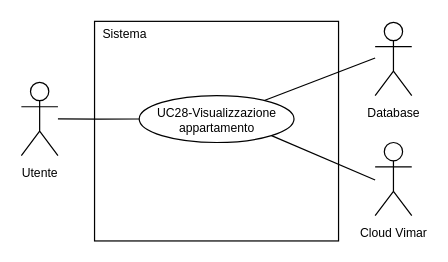
Before: 2-RTB/Documenti_esterni/Analisi_dei_requisiti/draw.io/UC28.drawio in SnakeByteTeam/snakebyteteam.github.io, a draw.io diagram. Source tidied: cells renumbered, new cells numbered last; positions are measured from the earlier drawing's top-left corner, leaving out a move shared by most shapes. Both pictures are drawn from the tidied source at 122%, with x=0, y=0 at pixel (21, 21).
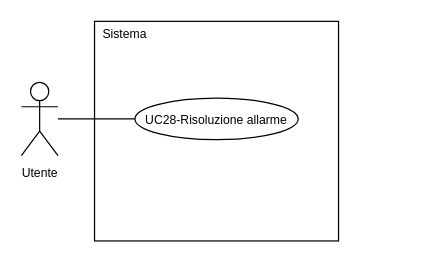
The same page after the edit.

The edit, as a diff of the source:
```diff
@@
 <mxGraphModel>
   <root>
     <mxCell id="0" />
     <mxCell id="1" parent="0" />
     <mxCell id="2" value="&lt;font style=&quot;font-size: 10px; line-height: 100%;&quot;&gt;Utente&lt;/font&gt;" style="shape=umlActor;verticalLabelPosition=bottom;verticalAlign=top;html=1;outlineConnect=0;" parent="1" vertex="1">
       <mxGeometry y="50" width="30" height="60" as="geometry" />
     </mxCell>
     <mxCell id="3" style="rounded=0;whiteSpace=wrap;html=1;" parent="1" vertex="1">
       <mxGeometry x="60" width="200" height="180" as="geometry" />
     </mxCell>
     <mxCell id="4" style="edgeStyle=orthogonalEdgeStyle;rounded=0;jettySize=auto;html=1;exitX=0;exitY=0.5;exitDx=0;exitDy=0;endArrow=none;endFill=0;" parent="1" edge="1" source="5" target="2">
       <mxGeometry relative="1" as="geometry" />
     </mxCell>
-    <mxCell id="5" value="&lt;div style=&quot;line-height: 100%;&quot;&gt;&lt;font style=&quot;line-height: 100%; font-size: 10px;&quot;&gt;UC28-Visualizzazione&lt;br&gt;&lt;/font&gt;&lt;/div&gt;&lt;div style=&quot;line-height: 100%;&quot;&gt;&lt;font style=&quot;line-height: 100%; font-size: 10px;&quot;&gt;appartamento&lt;/font&gt;&lt;/div&gt;" style="ellipse;whiteSpace=wrap;html=1;" parent="1" vertex="1">
-      <mxGeometry x="96.6" y="60.8" width="126.9" height="38.5" as="geometry" />
+    <mxCell id="5" value="&lt;div style=&quot;line-height: 100%;&quot;&gt;&lt;font style=&quot;line-height: 100%; font-size: 10px;&quot;&gt;UC28-Risoluzione allarme&lt;br&gt;&lt;/font&gt;&lt;/div&gt;" style="ellipse;whiteSpace=wrap;html=1;" parent="1" vertex="1">
+      <mxGeometry x="93.1" y="63" width="133.8" height="34" as="geometry" />
     </mxCell>
     <mxCell id="6" value="&lt;font style=&quot;font-size: 10px;&quot;&gt;Sistema&lt;/font&gt;" style="text;html=1;whiteSpace=wrap;strokeColor=none;fillColor=none;align=center;verticalAlign=middle;rounded=0;" parent="1" vertex="1">
       <mxGeometry x="60" width="50" height="20" as="geometry" />
     </mxCell>
-    <mxCell id="7" style="rounded=0;jettySize=auto;html=1;endArrow=none;endFill=0;" parent="1" edge="1" target="5">
-      <mxGeometry relative="1" as="geometry">
-        <mxPoint x="290" y="30" as="sourcePoint" />
-      </mxGeometry>
-    </mxCell>
-    <mxCell id="8" value="&lt;font style=&quot;font-size: 10px; line-height: 100%;&quot;&gt;Database&lt;/font&gt;" style="shape=umlActor;verticalLabelPosition=bottom;verticalAlign=top;html=1;" parent="1" vertex="1">
-      <mxGeometry x="290" y="0.8" width="30" height="60" as="geometry" />
-    </mxCell>
-    <mxCell id="9" style="rounded=0;jettySize=auto;html=1;entryX=1;entryY=1;entryDx=0;entryDy=0;endArrow=none;endFill=0;" parent="1" edge="1" target="5">
-      <mxGeometry relative="1" as="geometry">
-        <mxPoint x="290" y="130" as="sourcePoint" />
-      </mxGeometry>
-    </mxCell>
-    <mxCell id="10" value="&lt;font style=&quot;font-size: 10px; line-height: 100%;&quot;&gt;Cloud Vimar&lt;/font&gt;" style="shape=umlActor;verticalLabelPosition=bottom;verticalAlign=top;html=1;" parent="1" vertex="1">
-      <mxGeometry x="290" y="99.3" width="30" height="60" as="geometry" />
-    </mxCell>
   </root>
 </mxGraphModel>
```
